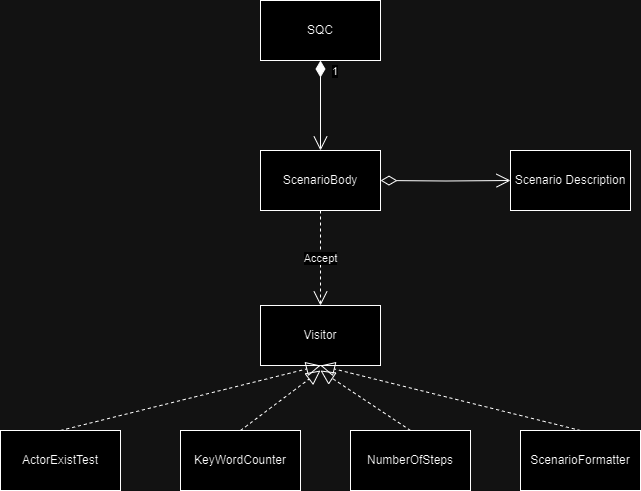
Earlier version of the draw.io export uml.drawio.png (AnnoyingYugo/SQC). Source tidied: cells renumbered, new cells last; positions are measured from the earlier drawing's top-left corner, leaving out a move shared by most shapes. The source it was exported from:
```xml
<mxGraphModel>
  <root>
    <mxCell id="0" />
    <mxCell id="1" parent="0" />
    <mxCell id="2" value="1" style="endArrow=open;html=1;endSize=12;startArrow=diamondThin;startSize=14;startFill=0;edgeStyle=orthogonalEdgeStyle;align=left;verticalAlign=bottom;rounded=0;entryX=0;entryY=0.5;entryDx=0;entryDy=0;" parent="1" edge="1" target="5">
      <mxGeometry x="-1" y="-22" relative="1" as="geometry">
        <mxPoint x="380" y="180" as="sourcePoint" />
        <mxPoint x="-10" y="-2" as="offset" />
      </mxGeometry>
    </mxCell>
    <mxCell id="3" value="Visitor" style="rounded=0;whiteSpace=wrap;html=1;" parent="1" vertex="1">
      <mxGeometry x="260" y="305" width="120" height="60" as="geometry" />
    </mxCell>
    <mxCell id="4" value="ScenarioBody" style="rounded=0;whiteSpace=wrap;html=1;" parent="1" vertex="1">
      <mxGeometry x="260" y="150" width="120" height="60" as="geometry" />
    </mxCell>
    <mxCell id="5" value="Scenario Description" style="rounded=0;whiteSpace=wrap;html=1;" parent="1" vertex="1">
      <mxGeometry x="510" y="150" width="120" height="60" as="geometry" />
    </mxCell>
    <mxCell id="6" value="SQC" style="rounded=0;whiteSpace=wrap;html=1;" parent="1" vertex="1">
      <mxGeometry x="260" width="120" height="60" as="geometry" />
    </mxCell>
    <mxCell id="7" value="ActorExistTest" style="rounded=0;whiteSpace=wrap;html=1;" parent="1" vertex="1">
      <mxGeometry y="430" width="120" height="60" as="geometry" />
    </mxCell>
    <mxCell id="8" value="KeyWordCounter" style="rounded=0;whiteSpace=wrap;html=1;" parent="1" vertex="1">
      <mxGeometry x="180" y="430" width="120" height="60" as="geometry" />
    </mxCell>
    <mxCell id="9" value="NumberOfSteps" style="rounded=0;whiteSpace=wrap;html=1;" parent="1" vertex="1">
      <mxGeometry x="350" y="430" width="120" height="60" as="geometry" />
    </mxCell>
    <mxCell id="10" value="ScenarioFormatter" style="rounded=0;whiteSpace=wrap;html=1;" parent="1" vertex="1">
      <mxGeometry x="520" y="430" width="120" height="60" as="geometry" />
    </mxCell>
    <mxCell id="11" style="endArrow=block;dashed=1;endFill=0;endSize=12;html=1;rounded=0;exitX=0.5;exitY=0;exitDx=0;exitDy=0;entryX=0.5;entryY=1;entryDx=0;entryDy=0;" parent="1" edge="1" source="7" target="3">
      <mxGeometry relative="1" as="geometry" />
    </mxCell>
    <mxCell id="12" style="endArrow=block;dashed=1;endFill=0;endSize=12;html=1;rounded=0;exitX=0.5;exitY=0;exitDx=0;exitDy=0;" parent="1" edge="1" source="9">
      <mxGeometry relative="1" as="geometry">
        <mxPoint x="320" y="370" as="targetPoint" />
      </mxGeometry>
    </mxCell>
    <mxCell id="13" style="endArrow=block;dashed=1;endFill=0;endSize=12;html=1;rounded=0;exitX=0.5;exitY=0;exitDx=0;exitDy=0;" parent="1" edge="1" source="8">
      <mxGeometry relative="1" as="geometry">
        <mxPoint x="320" y="370" as="targetPoint" />
      </mxGeometry>
    </mxCell>
    <mxCell id="14" style="endArrow=block;dashed=1;endFill=0;endSize=12;html=1;rounded=0;exitX=0.5;exitY=0;exitDx=0;exitDy=0;entryX=0.5;entryY=1;entryDx=0;entryDy=0;" parent="1" edge="1" source="10" target="3">
      <mxGeometry relative="1" as="geometry" />
    </mxCell>
    <mxCell id="15" value="Accept" style="endArrow=open;endSize=12;dashed=1;html=1;rounded=0;exitX=0.5;exitY=1;exitDx=0;exitDy=0;entryX=0.5;entryY=0;entryDx=0;entryDy=0;" parent="1" edge="1" source="4" target="3">
      <mxGeometry relative="1" as="geometry" />
    </mxCell>
    <mxCell id="16" value="1" style="endArrow=open;html=1;endSize=12;startArrow=diamondThin;startSize=14;startFill=1;edgeStyle=orthogonalEdgeStyle;align=left;verticalAlign=bottom;rounded=0;exitX=0.5;exitY=1;exitDx=0;exitDy=0;entryX=0.5;entryY=0;entryDx=0;entryDy=0;" parent="1" edge="1" source="6" target="4">
      <mxGeometry x="-0.56" y="10" relative="1" as="geometry" />
    </mxCell>
  </root>
</mxGraphModel>
```
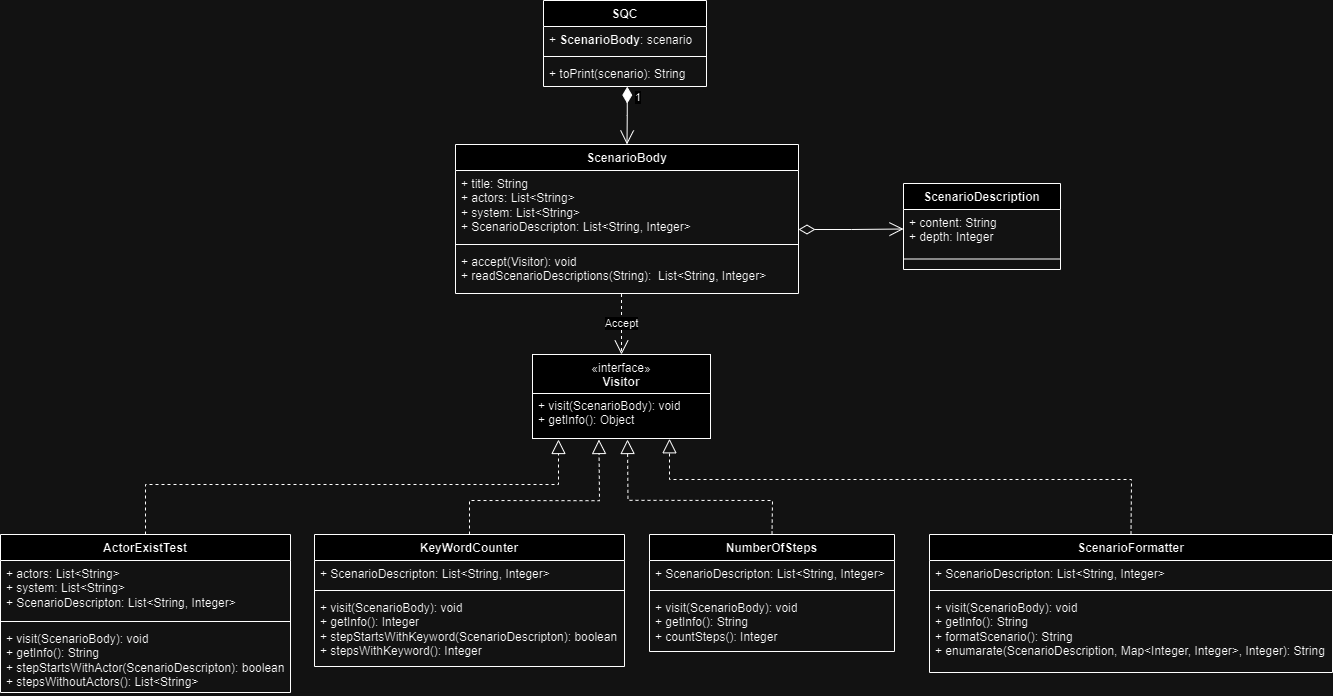
Later version of the same file.

The edit, as a diff of the source:
```diff
@@ -2,57 +2,145 @@
   <root>
     <mxCell id="0" />
     <mxCell id="1" parent="0" />
-    <mxCell id="2" value="1" style="endArrow=open;html=1;endSize=12;startArrow=diamondThin;startSize=14;startFill=0;edgeStyle=orthogonalEdgeStyle;align=left;verticalAlign=bottom;rounded=0;entryX=0;entryY=0.5;entryDx=0;entryDy=0;" parent="1" edge="1" target="5">
-      <mxGeometry x="-1" y="-22" relative="1" as="geometry">
-        <mxPoint x="380" y="180" as="sourcePoint" />
-        <mxPoint x="-10" y="-2" as="offset" />
-      </mxGeometry>
-    </mxCell>
-    <mxCell id="3" value="Visitor" style="rounded=0;whiteSpace=wrap;html=1;" parent="1" vertex="1">
-      <mxGeometry x="260" y="305" width="120" height="60" as="geometry" />
-    </mxCell>
+    <mxCell id="6" value="SQC" style="swimlane;fontStyle=1;align=center;verticalAlign=top;horizontal=1;startSize=26;whiteSpace=wrap;html=1;" parent="1" vertex="1">
+      <mxGeometry x="-1372" y="948" width="163" height="86" as="geometry" />
+    </mxCell>
+    <mxCell id="17" value="+&amp;nbsp;&lt;span style=&quot;font-weight: 700; text-align: center;&quot;&gt;ScenarioBody&lt;/span&gt;: scenario" style="text;strokeColor=none;fillColor=none;align=left;verticalAlign=top;spacingLeft=4;spacingRight=4;overflow=hidden;whiteSpace=wrap;html=1;" parent="6" vertex="1">
+      <mxGeometry y="26" width="163" height="26" as="geometry" />
+    </mxCell>
+    <mxCell id="18" style="line;strokeWidth=1;fillColor=none;align=left;verticalAlign=middle;spacingTop=-1;spacingLeft=3;spacingRight=3;labelPosition=right;strokeColor=inherit;" parent="6" vertex="1">
+      <mxGeometry y="52" width="163" height="8" as="geometry" />
+    </mxCell>
+    <mxCell id="19" value="+ toPrint(scenario): String" style="text;strokeColor=none;fillColor=none;align=left;verticalAlign=top;spacingLeft=4;spacingRight=4;overflow=hidden;points=[[0,0.5],[1,0.5]];portConstraint=eastwest;whiteSpace=wrap;html=1;" parent="6" vertex="1">
+      <mxGeometry y="60" width="163" height="26" as="geometry" />
+    </mxCell>
-    <mxCell id="4" value="ScenarioBody" style="rounded=0;whiteSpace=wrap;html=1;" parent="1" vertex="1">
-      <mxGeometry x="260" y="150" width="120" height="60" as="geometry" />
+    <mxCell id="4" value="ScenarioBody" style="swimlane;fontStyle=1;align=center;verticalAlign=top;horizontal=1;startSize=26;whiteSpace=wrap;html=1;" parent="1" vertex="1">
+      <mxGeometry x="-1460" y="1092" width="343" height="149" as="geometry" />
     </mxCell>
-    <mxCell id="5" value="Scenario Description" style="rounded=0;whiteSpace=wrap;html=1;" parent="1" vertex="1">
-      <mxGeometry x="510" y="150" width="120" height="60" as="geometry" />
-    </mxCell>
-    <mxCell id="6" value="SQC" style="rounded=0;whiteSpace=wrap;html=1;" parent="1" vertex="1">
-      <mxGeometry x="260" width="120" height="60" as="geometry" />
-    </mxCell>
+    <mxCell id="20" value="+ title: String&lt;div&gt;+ actors: List&amp;lt;String&amp;gt;&lt;br&gt;&lt;/div&gt;&lt;div&gt;+ system:&amp;nbsp;&lt;span style=&quot;background-color: initial;&quot;&gt;List&amp;lt;String&amp;gt;&lt;/span&gt;&lt;br&gt;&lt;/div&gt;&lt;div&gt;+ ScenarioDescripton:&amp;nbsp;&lt;span style=&quot;background-color: initial;&quot;&gt;List&amp;lt;String, Integer&amp;gt;&lt;/span&gt;&lt;br&gt;&lt;/div&gt;" style="text;strokeColor=none;fillColor=none;align=left;verticalAlign=top;spacingLeft=4;spacingRight=4;overflow=hidden;whiteSpace=wrap;html=1;" parent="4" vertex="1">
+      <mxGeometry y="26" width="343" height="70" as="geometry" />
+    </mxCell>
+    <mxCell id="21" style="line;strokeWidth=1;fillColor=none;align=left;verticalAlign=middle;spacingTop=-1;spacingLeft=3;spacingRight=3;labelPosition=right;strokeColor=inherit;" parent="4" vertex="1">
+      <mxGeometry y="96" width="343" height="8" as="geometry" />
+    </mxCell>
+    <mxCell id="22" value="+ accept(Visitor): void&lt;div&gt;+ readScenarioDescriptions(String):&amp;nbsp;&lt;span style=&quot;background-color: initial;&quot;&gt;&amp;nbsp;&lt;/span&gt;&lt;span style=&quot;background-color: initial;&quot;&gt;List&amp;lt;String, Integer&amp;gt;&lt;/span&gt;&lt;br&gt;&lt;/div&gt;" style="text;strokeColor=none;fillColor=none;align=left;verticalAlign=top;spacingLeft=4;spacingRight=4;overflow=hidden;points=[[0,0.5],[1,0.5]];portConstraint=eastwest;whiteSpace=wrap;html=1;" parent="4" vertex="1">
+      <mxGeometry y="104" width="343" height="45" as="geometry" />
+    </mxCell>
+    <mxCell id="23" value="ScenarioDescription" style="swimlane;fontStyle=1;align=center;verticalAlign=top;horizontal=1;startSize=26;whiteSpace=wrap;html=1;" parent="1" vertex="1">
+      <mxGeometry x="-1012" y="1131" width="157" height="86" as="geometry" />
+    </mxCell>
+    <mxCell id="24" value="+ content: String&lt;div&gt;+ depth: Integer&lt;div&gt;&lt;br&gt;&lt;/div&gt;&lt;/div&gt;" style="text;strokeColor=none;fillColor=none;align=left;verticalAlign=top;spacingLeft=4;spacingRight=4;overflow=hidden;points=[[0,0.5],[1,0.5]];portConstraint=eastwest;whiteSpace=wrap;html=1;" parent="23" vertex="1">
+      <mxGeometry y="26" width="157" height="39" as="geometry" />
+    </mxCell>
+    <mxCell id="25" style="line;strokeWidth=1;fillColor=none;align=left;verticalAlign=middle;spacingTop=-1;spacingLeft=3;spacingRight=3;labelPosition=right;strokeColor=inherit;" parent="23" vertex="1">
+      <mxGeometry y="65" width="157" height="21" as="geometry" />
+    </mxCell>
+    <mxCell id="8" value="KeyWordCounter" style="swimlane;fontStyle=1;align=center;verticalAlign=top;horizontal=1;startSize=26;whiteSpace=wrap;html=1;" parent="1" vertex="1">
+      <mxGeometry x="-1601" y="1482" width="310" height="132" as="geometry" />
+    </mxCell>
+    <mxCell id="26" value="+ ScenarioDescripton:&amp;nbsp;&lt;span style=&quot;background-color: initial;&quot;&gt;List&amp;lt;String, Integer&amp;gt;&lt;/span&gt;" style="text;strokeColor=none;fillColor=none;align=left;verticalAlign=top;spacingLeft=4;spacingRight=4;overflow=hidden;whiteSpace=wrap;html=1;" parent="8" vertex="1">
+      <mxGeometry y="26" width="310" height="26" as="geometry" />
+    </mxCell>
+    <mxCell id="27" style="line;strokeWidth=1;fillColor=none;align=left;verticalAlign=middle;spacingTop=-1;spacingLeft=3;spacingRight=3;labelPosition=right;strokeColor=inherit;" parent="8" vertex="1">
+      <mxGeometry y="52" width="310" height="8" as="geometry" />
+    </mxCell>
+    <mxCell id="28" value="+ visit(ScenarioBody): void&lt;div&gt;+ getInfo(): Integer&lt;/div&gt;&lt;div&gt;+ stepStartsWithKeyword(ScenarioDescripton): boolean&lt;div&gt;+ stepsWithKeyword(): Integer&lt;/div&gt;&lt;/div&gt;&lt;div&gt;&lt;br&gt;&lt;/div&gt;" style="text;strokeColor=none;fillColor=none;align=left;verticalAlign=top;spacingLeft=4;spacingRight=4;overflow=hidden;whiteSpace=wrap;html=1;" parent="8" vertex="1">
+      <mxGeometry y="60" width="310" height="72" as="geometry" />
+    </mxCell>
+    <mxCell id="9" value="NumberOfSteps" style="swimlane;fontStyle=1;align=center;verticalAlign=top;horizontal=1;startSize=26;whiteSpace=wrap;html=1;" parent="1" vertex="1">
+      <mxGeometry x="-1266" y="1482" width="245" height="117" as="geometry" />
+    </mxCell>
+    <mxCell id="29" value="+ ScenarioDescripton:&amp;nbsp;&lt;span style=&quot;background-color: initial;&quot;&gt;List&amp;lt;String, Integer&amp;gt;&lt;/span&gt;" style="text;strokeColor=none;fillColor=none;align=left;verticalAlign=top;spacingLeft=4;spacingRight=4;overflow=hidden;whiteSpace=wrap;html=1;" parent="9" vertex="1">
+      <mxGeometry y="26" width="245" height="26" as="geometry" />
+    </mxCell>
+    <mxCell id="30" style="line;strokeWidth=1;fillColor=none;align=left;verticalAlign=middle;spacingTop=-1;spacingLeft=3;spacingRight=3;labelPosition=right;strokeColor=inherit;" parent="9" vertex="1">
+      <mxGeometry y="52" width="245" height="8" as="geometry" />
+    </mxCell>
+    <mxCell id="31" value="+ visit(ScenarioBody): void&lt;div&gt;+ getInfo(): String&lt;/div&gt;&lt;div&gt;&lt;div&gt;+ countSteps(): Integer&lt;/div&gt;&lt;/div&gt;&lt;div&gt;&lt;br&gt;&lt;/div&gt;" style="text;strokeColor=none;fillColor=none;align=left;verticalAlign=top;spacingLeft=4;spacingRight=4;overflow=hidden;whiteSpace=wrap;html=1;" parent="9" vertex="1">
+      <mxGeometry y="60" width="245" height="57" as="geometry" />
+    </mxCell>
+    <mxCell id="10" value="ScenarioFormatter" style="swimlane;fontStyle=1;align=center;verticalAlign=top;horizontal=1;startSize=26;whiteSpace=wrap;html=1;" parent="1" vertex="1">
+      <mxGeometry x="-986" y="1482" width="403" height="138" as="geometry" />
+    </mxCell>
+    <mxCell id="32" value="+ ScenarioDescripton:&amp;nbsp;&lt;span style=&quot;background-color: initial;&quot;&gt;List&amp;lt;String, Integer&amp;gt;&lt;/span&gt;" style="text;strokeColor=none;fillColor=none;align=left;verticalAlign=top;spacingLeft=4;spacingRight=4;overflow=hidden;whiteSpace=wrap;html=1;" parent="10" vertex="1">
+      <mxGeometry y="26" width="403" height="26" as="geometry" />
+    </mxCell>
+    <mxCell id="33" style="line;strokeWidth=1;fillColor=none;align=left;verticalAlign=middle;spacingTop=-1;spacingLeft=3;spacingRight=3;labelPosition=right;strokeColor=inherit;" parent="10" vertex="1">
+      <mxGeometry y="52" width="403" height="8" as="geometry" />
+    </mxCell>
+    <mxCell id="34" value="+ visit(ScenarioBody): void&lt;div&gt;+ getInfo(): String&lt;/div&gt;&lt;div&gt;+ formatScenario(): String&lt;/div&gt;&lt;div&gt;&lt;div&gt;+ enumarate(ScenarioDescription,&amp;nbsp;Map&amp;lt;Integer, Integer&amp;gt;, Integer): String&lt;/div&gt;&lt;div&gt;&lt;br&gt;&lt;/div&gt;&lt;/div&gt;&lt;div&gt;&lt;br&gt;&lt;/div&gt;" style="text;strokeColor=none;fillColor=none;align=left;verticalAlign=top;spacingLeft=4;spacingRight=4;overflow=hidden;whiteSpace=wrap;html=1;" parent="10" vertex="1">
+      <mxGeometry y="60" width="403" height="78" as="geometry" />
+    </mxCell>
-    <mxCell id="7" value="ActorExistTest" style="rounded=0;whiteSpace=wrap;html=1;" parent="1" vertex="1">
-      <mxGeometry y="430" width="120" height="60" as="geometry" />
+    <mxCell id="7" value="ActorExistTest" style="swimlane;fontStyle=1;align=center;verticalAlign=top;horizontal=1;startSize=26;whiteSpace=wrap;html=1;" parent="1" vertex="1">
+      <mxGeometry x="-1915" y="1482" width="290" height="158" as="geometry" />
     </mxCell>
-    <mxCell id="8" value="KeyWordCounter" style="rounded=0;whiteSpace=wrap;html=1;" parent="1" vertex="1">
-      <mxGeometry x="180" y="430" width="120" height="60" as="geometry" />
-    </mxCell>
-    <mxCell id="9" value="NumberOfSteps" style="rounded=0;whiteSpace=wrap;html=1;" parent="1" vertex="1">
-      <mxGeometry x="350" y="430" width="120" height="60" as="geometry" />
-    </mxCell>
-    <mxCell id="10" value="ScenarioFormatter" style="rounded=0;whiteSpace=wrap;html=1;" parent="1" vertex="1">
-      <mxGeometry x="520" y="430" width="120" height="60" as="geometry" />
-    </mxCell>
-    <mxCell id="11" style="endArrow=block;dashed=1;endFill=0;endSize=12;html=1;rounded=0;exitX=0.5;exitY=0;exitDx=0;exitDy=0;entryX=0.5;entryY=1;entryDx=0;entryDy=0;" parent="1" edge="1" source="7" target="3">
-      <mxGeometry relative="1" as="geometry" />
-    </mxCell>
-    <mxCell id="12" style="endArrow=block;dashed=1;endFill=0;endSize=12;html=1;rounded=0;exitX=0.5;exitY=0;exitDx=0;exitDy=0;" parent="1" edge="1" source="9">
-      <mxGeometry relative="1" as="geometry">
-        <mxPoint x="320" y="370" as="targetPoint" />
-      </mxGeometry>
-    </mxCell>
-    <mxCell id="13" style="endArrow=block;dashed=1;endFill=0;endSize=12;html=1;rounded=0;exitX=0.5;exitY=0;exitDx=0;exitDy=0;" parent="1" edge="1" source="8">
-      <mxGeometry relative="1" as="geometry">
-        <mxPoint x="320" y="370" as="targetPoint" />
-      </mxGeometry>
-    </mxCell>
-    <mxCell id="14" style="endArrow=block;dashed=1;endFill=0;endSize=12;html=1;rounded=0;exitX=0.5;exitY=0;exitDx=0;exitDy=0;entryX=0.5;entryY=1;entryDx=0;entryDy=0;" parent="1" edge="1" source="10" target="3">
-      <mxGeometry relative="1" as="geometry" />
-    </mxCell>
+    <mxCell id="35" value="&lt;div&gt;+ actors: List&amp;lt;String&amp;gt;&lt;br&gt;&lt;/div&gt;&lt;div&gt;+ system:&amp;nbsp;&lt;span style=&quot;background-color: initial;&quot;&gt;List&amp;lt;String&amp;gt;&lt;/span&gt;&lt;br&gt;&lt;/div&gt;&lt;div&gt;+ ScenarioDescripton:&amp;nbsp;&lt;span style=&quot;background-color: initial;&quot;&gt;List&amp;lt;String, Integer&amp;gt;&lt;/span&gt;&lt;/div&gt;" style="text;strokeColor=none;fillColor=none;align=left;verticalAlign=top;spacingLeft=4;spacingRight=4;overflow=hidden;whiteSpace=wrap;html=1;" parent="7" vertex="1">
+      <mxGeometry y="26" width="290" height="57" as="geometry" />
+    </mxCell>
+    <mxCell id="36" style="line;strokeWidth=1;fillColor=none;align=left;verticalAlign=middle;spacingTop=-1;spacingLeft=3;spacingRight=3;labelPosition=right;strokeColor=inherit;" parent="7" vertex="1">
+      <mxGeometry y="83" width="290" height="8" as="geometry" />
+    </mxCell>
+    <mxCell id="37" value="+ visit(ScenarioBody): void&lt;div&gt;+ getInfo(): String&lt;/div&gt;&lt;div&gt;+ stepStartsWithActor(ScenarioDescripton): boolean&lt;div&gt;+ stepsWithoutActors():&amp;nbsp;&lt;span style=&quot;background-color: initial;&quot;&gt;List&amp;lt;String&amp;gt;&lt;/span&gt;&lt;/div&gt;&lt;/div&gt;&lt;div&gt;&lt;br&gt;&lt;/div&gt;" style="text;strokeColor=none;fillColor=none;align=left;verticalAlign=top;spacingLeft=4;spacingRight=4;overflow=hidden;whiteSpace=wrap;html=1;" parent="7" vertex="1">
+      <mxGeometry y="91" width="290" height="67" as="geometry" />
+    </mxCell>
-    <mxCell id="15" value="Accept" style="endArrow=open;endSize=12;dashed=1;html=1;rounded=0;exitX=0.5;exitY=1;exitDx=0;exitDy=0;entryX=0.5;entryY=0;entryDx=0;entryDy=0;" parent="1" edge="1" source="4" target="3">
+    <mxCell id="15" value="Accept" style="endArrow=open;endSize=12;dashed=1;html=1;rounded=0;exitX=0.484;exitY=1.011;exitDx=0;exitDy=0;exitPerimeter=0;entryX=0.5;entryY=0;entryDx=0;entryDy=0;" parent="1" edge="1" source="22" target="44">
       <mxGeometry relative="1" as="geometry" />
     </mxCell>
-    <mxCell id="16" value="1" style="endArrow=open;html=1;endSize=12;startArrow=diamondThin;startSize=14;startFill=1;edgeStyle=orthogonalEdgeStyle;align=left;verticalAlign=bottom;rounded=0;exitX=0.5;exitY=1;exitDx=0;exitDy=0;entryX=0.5;entryY=0;entryDx=0;entryDy=0;" parent="1" edge="1" source="6" target="4">
-      <mxGeometry x="-0.56" y="10" relative="1" as="geometry" />
-    </mxCell>
+    <mxCell id="38" value="1" style="endArrow=open;html=1;endSize=12;startArrow=diamondThin;startSize=14;startFill=1;edgeStyle=orthogonalEdgeStyle;align=left;verticalAlign=bottom;rounded=0;entryX=0.5;entryY=0;entryDx=0;entryDy=0;exitX=0.514;exitY=1.004;exitDx=0;exitDy=0;exitPerimeter=0;" parent="1" edge="1" source="19" target="4">
+      <mxGeometry x="-0.32" y="6" relative="1" as="geometry" />
+    </mxCell>
+    <mxCell id="39" style="endArrow=open;html=1;endSize=12;startArrow=diamondThin;startSize=14;startFill=0;edgeStyle=orthogonalEdgeStyle;align=left;verticalAlign=bottom;rounded=0;entryX=0;entryY=0.5;entryDx=0;entryDy=0;" parent="1" edge="1" target="24">
+      <mxGeometry x="-0.58" y="18" relative="1" as="geometry">
+        <mxPoint x="-1117" y="1177" as="sourcePoint" />
+        <Array as="points">
+          <mxPoint x="-1064" y="1177" />
+        </Array>
+      </mxGeometry>
+    </mxCell>
+    <mxCell id="40" style="endArrow=block;dashed=1;endFill=0;endSize=12;html=1;rounded=0;exitX=0.5;exitY=0;exitDx=0;exitDy=0;" parent="1" edge="1" source="7">
+      <mxGeometry relative="1" as="geometry">
+        <mxPoint x="-1357" y="1387" as="targetPoint" />
+        <Array as="points">
+          <mxPoint x="-1770" y="1432" />
+          <mxPoint x="-1357" y="1432" />
+        </Array>
+      </mxGeometry>
+    </mxCell>
+    <mxCell id="41" style="endArrow=block;dashed=1;endFill=0;endSize=12;html=1;rounded=0;exitX=0.5;exitY=0;exitDx=0;exitDy=0;entryX=0.825;entryY=0.972;entryDx=0;entryDy=0;entryPerimeter=0;" parent="1" edge="1" source="10">
+      <mxGeometry relative="1" as="geometry">
+        <mxPoint x="-1246" y="1386.3" as="targetPoint" />
+        <Array as="points">
+          <mxPoint x="-784" y="1427" />
+          <mxPoint x="-1246" y="1427" />
+        </Array>
+      </mxGeometry>
+    </mxCell>
+    <mxCell id="42" style="endArrow=block;dashed=1;endFill=0;endSize=12;html=1;rounded=0;exitX=0.5;exitY=0;exitDx=0;exitDy=0;entryX=0.309;entryY=0.992;entryDx=0;entryDy=0;entryPerimeter=0;" parent="1" edge="1" source="8">
+      <mxGeometry relative="1" as="geometry">
+        <mxPoint x="-1316.6" y="1387" as="targetPoint" />
+        <Array as="points">
+          <mxPoint x="-1446" y="1448" />
+          <mxPoint x="-1316" y="1448.2" />
+        </Array>
+      </mxGeometry>
+    </mxCell>
+    <mxCell id="43" style="endArrow=block;dashed=1;endFill=0;endSize=12;html=1;rounded=0;entryX=0.597;entryY=1.014;entryDx=0;entryDy=0;entryPerimeter=0;exitX=0.5;exitY=0;exitDx=0;exitDy=0;" parent="1" edge="1" source="9">
+      <mxGeometry relative="1" as="geometry">
+        <mxPoint x="-1288" y="1387" as="targetPoint" />
+        <Array as="points">
+          <mxPoint x="-1143" y="1448" />
+          <mxPoint x="-1287.5" y="1447.8" />
+        </Array>
+      </mxGeometry>
+    </mxCell>
+    <mxCell id="44" value="«interface»&lt;br&gt;&lt;b&gt;Visitor&lt;/b&gt;&lt;div&gt;&lt;b&gt;&lt;br&gt;&lt;/b&gt;&lt;/div&gt;&lt;div&gt;&lt;b&gt;&lt;br&gt;&lt;/b&gt;&lt;/div&gt;&lt;div&gt;&lt;b&gt;&lt;br&gt;&lt;/b&gt;&lt;/div&gt;" style="html=1;whiteSpace=wrap;" parent="1" vertex="1">
+      <mxGeometry x="-1383" y="1302" width="178" height="84" as="geometry" />
+    </mxCell>
+    <mxCell id="45" value="+ visit(ScenarioBody): void&lt;div&gt;+ getInfo(): Object&lt;br&gt;&lt;/div&gt;" style="text;strokeColor=none;fillColor=none;align=left;verticalAlign=top;spacingLeft=4;spacingRight=4;overflow=hidden;whiteSpace=wrap;html=1;" parent="1" vertex="1">
+      <mxGeometry x="-1383" y="1340" width="171" height="43" as="geometry" />
+    </mxCell>
+    <mxCell id="46" style="line;strokeWidth=1;fillColor=none;align=left;verticalAlign=middle;spacingTop=-1;spacingLeft=3;spacingRight=3;labelPosition=right;strokeColor=inherit;" parent="1" vertex="1">
+      <mxGeometry x="-1383" y="1337" width="178" height="8" as="geometry" />
+    </mxCell>
   </root>
 </mxGraphModel>
```
